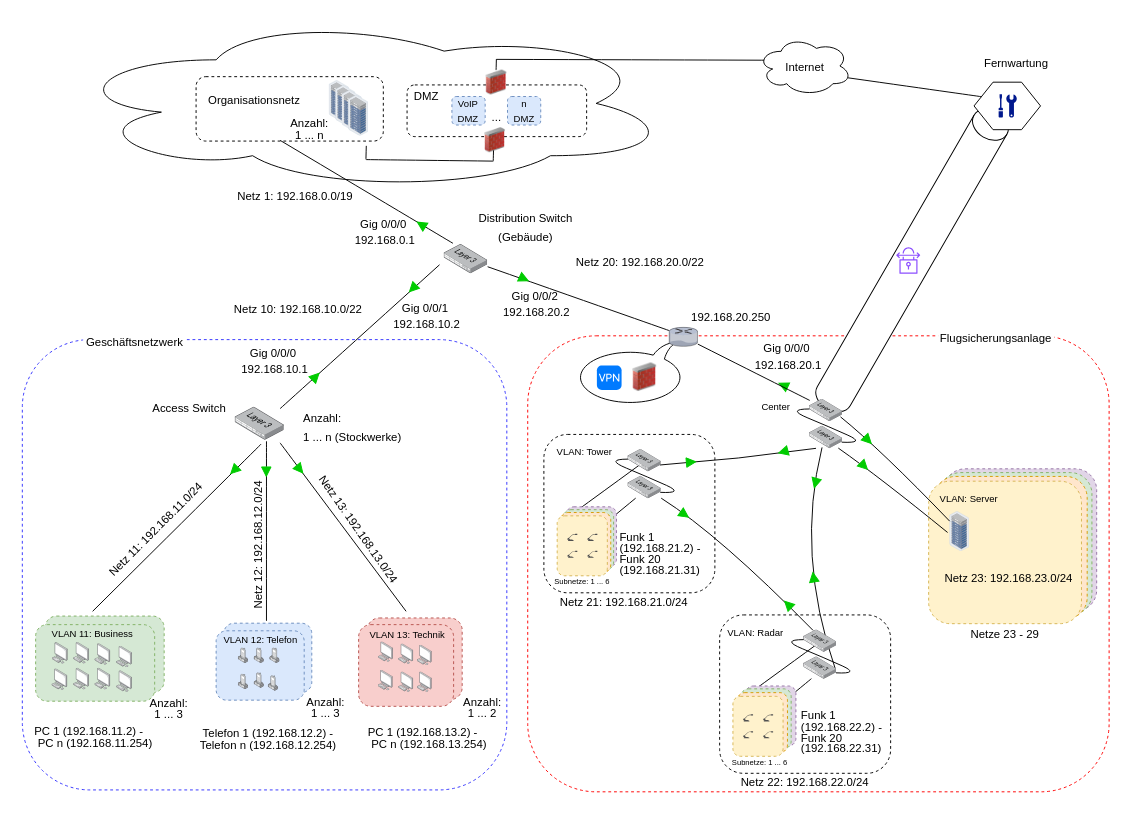
Above: Logische Netzwerktopologie.drawio in meetSeb/Computer-Network (draw.io), before the change. Source tidied: cells renumbered, new cells numbered last; positions are measured from the earlier drawing's top-left corner, leaving out a move shared by most shapes. Both pictures are drawn from the tidied source at 95%, with x=0, y=0 at pixel (16, 16).
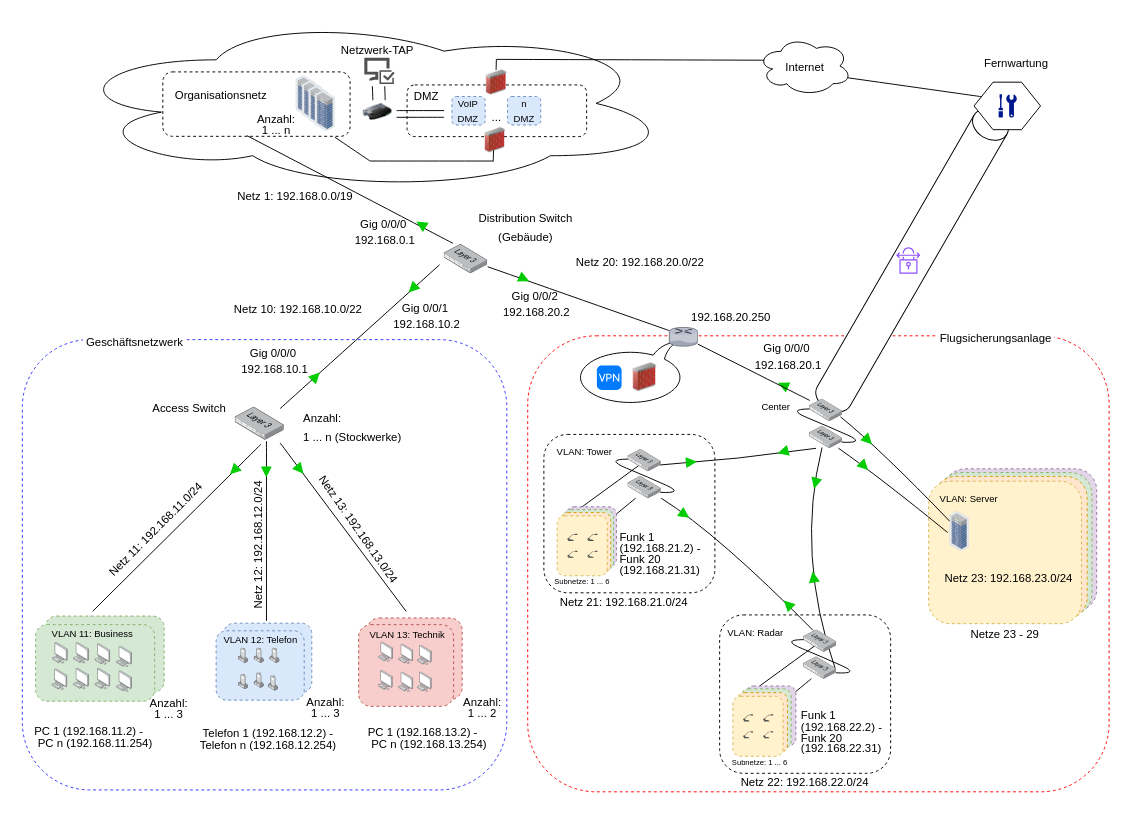
The same diagram, later.

The change refers to these unchanged cells:
```xml
<mxCell id="58" style="group;" parent="1" vertex="1">
  <mxGeometry x="100" y="21" width="779" height="249.2" as="geometry" />
</mxCell>
<mxCell id="61" style="rounded=1;whiteSpace=wrap;html=1;dashed=1;" parent="60" vertex="1">
  <mxGeometry x="-11.1" y="-2.8" width="197.1" height="67.8" as="geometry" />
</mxCell>
<mxCell id="69" style="group;" parent="58" vertex="1">
  <mxGeometry x="300" y="35.3" width="207.2" height="70" as="geometry" />
</mxCell>
<mxCell id="70" style="rounded=1;whiteSpace=wrap;html=1;dashed=1;" parent="69" vertex="1">
  <mxGeometry x="11" y="15.6" width="189" height="54.4" as="geometry" />
</mxCell>
```

Diff of the diagram source:
```diff
@@
     <mxCell id="60" style="group;" parent="58" vertex="1">
-      <mxGeometry x="100" y="45" width="186" height="65" as="geometry" />
+      <mxGeometry x="65" y="40" width="186" height="65" as="geometry" />
     </mxCell>
@@
-    <mxCell id="78" style="endArrow=none;html=1;rounded=0;fontSize=12;startSize=8;endSize=8;curved=1;entryX=1;entryY=0.5;entryDx=0;entryDy=0;exitX=0.979;exitY=0.963;exitDx=0;exitDy=0;exitPerimeter=0;" parent="58" edge="1">
+    <mxCell id="78" style="endArrow=none;html=1;rounded=0;fontSize=12;startSize=8;endSize=8;curved=1;" parent="69" edge="1">
       <mxGeometry relative="1" as="geometry">
-        <mxPoint x="267.9" y="129.5" as="sourcePoint" />
-        <mxPoint x="401.3" y="131.1" as="targetPoint" />
+        <mxPoint y="42.6" as="sourcePoint" />
+        <mxPoint x="50" y="42.6" as="targetPoint" />
       </mxGeometry>
     </mxCell>
@@
+    <mxCell id="192" style="image;html=1;image=img/lib/clip_art/networking/Router_128x128.png;" parent="58" vertex="1">
+      <mxGeometry x="265" y="65.3" width="30" height="28" as="geometry" />
+    </mxCell>
+    <mxCell id="193" style="sketch=0;shadow=0;dashed=0;html=1;strokeColor=none;labelPosition=center;verticalLabelPosition=bottom;verticalAlign=top;align=center;fillColor=#505050;shape=mxgraph.mscae.intune.computer_inventory;" parent="58" vertex="1">
+      <mxGeometry x="266" y="22.3" width="32" height="27.7" as="geometry" />
+    </mxCell>
+    <mxCell id="194" style="endArrow=none;html=1;rounded=0;fontSize=12;startSize=8;endSize=8;curved=1;" parent="58" edge="1">
+      <mxGeometry relative="1" as="geometry">
+        <mxPoint x="272" y="131" as="sourcePoint" />
+        <mxPoint x="402" y="131" as="targetPoint" />
+      </mxGeometry>
+    </mxCell>
+    <mxCell id="195" value="&lt;span style=&quot;font-size: 12px;&quot;&gt;Netzwerk-TAP&lt;/span&gt;" style="text;strokeColor=none;fillColor=none;html=1;align=center;verticalAlign=middle;whiteSpace=wrap;rounded=0;fontSize=16;" parent="58" vertex="1">
+      <mxGeometry x="230" y="2" width="100" height="21.2" as="geometry" />
+    </mxCell>
@@
-    <mxCell id="99" style="endArrow=none;html=1;rounded=0;fontSize=12;startSize=8;endSize=8;curved=1;entryX=0.909;entryY=1.074;entryDx=0;entryDy=0;entryPerimeter=0;" parent="1" edge="1" target="61">
+    <mxCell id="99" style="endArrow=none;html=1;rounded=0;fontSize=12;startSize=8;endSize=8;curved=1;entryX=0.909;entryY=1.074;entryDx=0;entryDy=0;entryPerimeter=0;" parent="1" edge="1">
       <mxGeometry relative="1" as="geometry">
-        <mxPoint x="367.7" y="150.3" as="sourcePoint" />
+        <mxPoint x="372" y="152" as="sourcePoint" />
+        <mxPoint x="335.1" y="127" as="targetPoint" />
       </mxGeometry>
     </mxCell>
@@
+    <mxCell id="196" style="endArrow=none;html=1;rounded=0;fontSize=12;startSize=8;endSize=8;curved=1;exitX=0.206;exitY=0.626;exitDx=0;exitDy=0;exitPerimeter=0;" parent="1" edge="1" source="70">
+      <mxGeometry relative="1" as="geometry">
+        <mxPoint x="400" y="106" as="targetPoint" />
+      </mxGeometry>
+    </mxCell>
+    <mxCell id="197" style="endArrow=none;html=1;rounded=0;fontSize=12;startSize=8;endSize=8;curved=1;entryX=0.25;entryY=1;entryDx=0;entryDy=0;" parent="1" edge="1">
+      <mxGeometry relative="1" as="geometry">
+        <mxPoint x="388" y="88" as="sourcePoint" />
+        <mxPoint x="387.5" y="73.3" as="targetPoint" />
+      </mxGeometry>
+    </mxCell>
+    <mxCell id="198" style="endArrow=none;html=1;rounded=0;fontSize=12;startSize=8;endSize=8;curved=1;entryX=0.25;entryY=1;entryDx=0;entryDy=0;" parent="1" edge="1">
+      <mxGeometry relative="1" as="geometry">
+        <mxPoint x="375" y="88" as="sourcePoint" />
+        <mxPoint x="374.5" y="73.3" as="targetPoint" />
+      </mxGeometry>
+    </mxCell>
```
